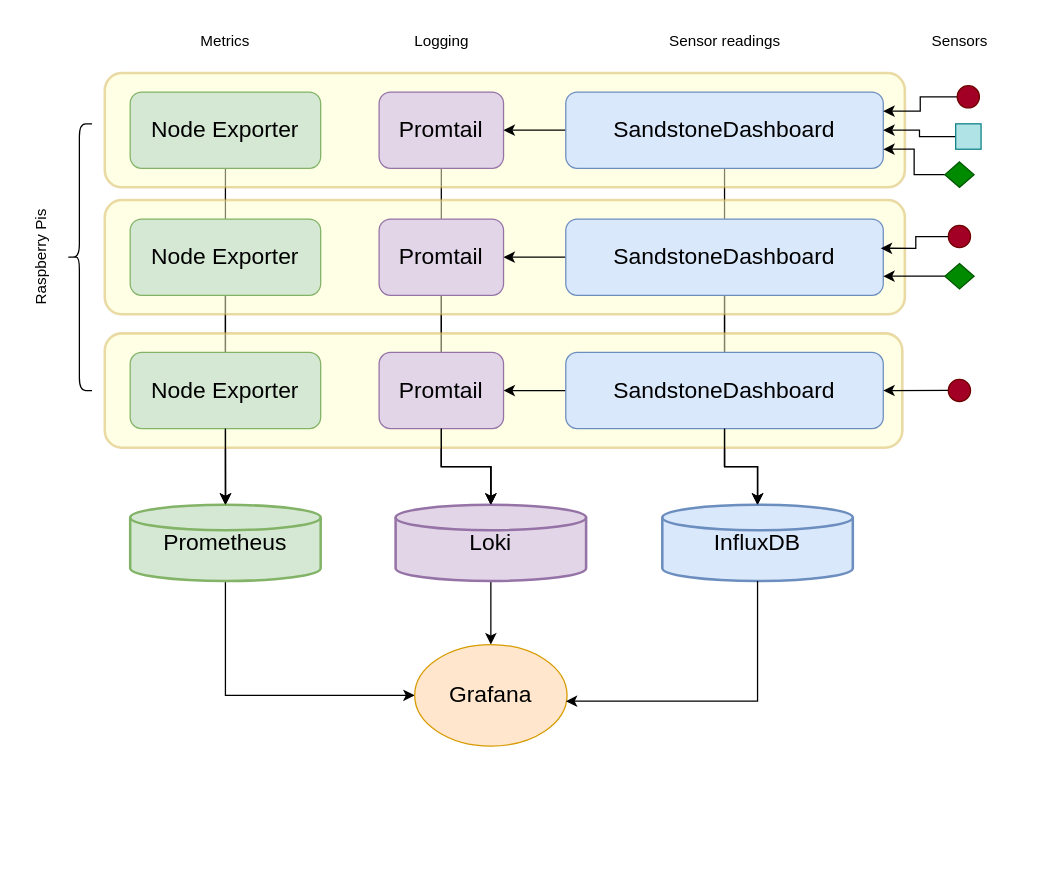
The draw.io diagram images_diagrams/monitoring_stack.drawio in vulture2600/SandstoneDashboard, before the edit. Source tidied: cells renumbered, new cells numbered last; positions are measured from the earlier drawing's top-left corner, leaving out a move shared by most shapes. Both pictures are drawn from the tidied source at 127%, with x=0, y=0 at pixel (-23, 22). Pictures stored in the file or linked from it are replaced by grey dashed boxes.
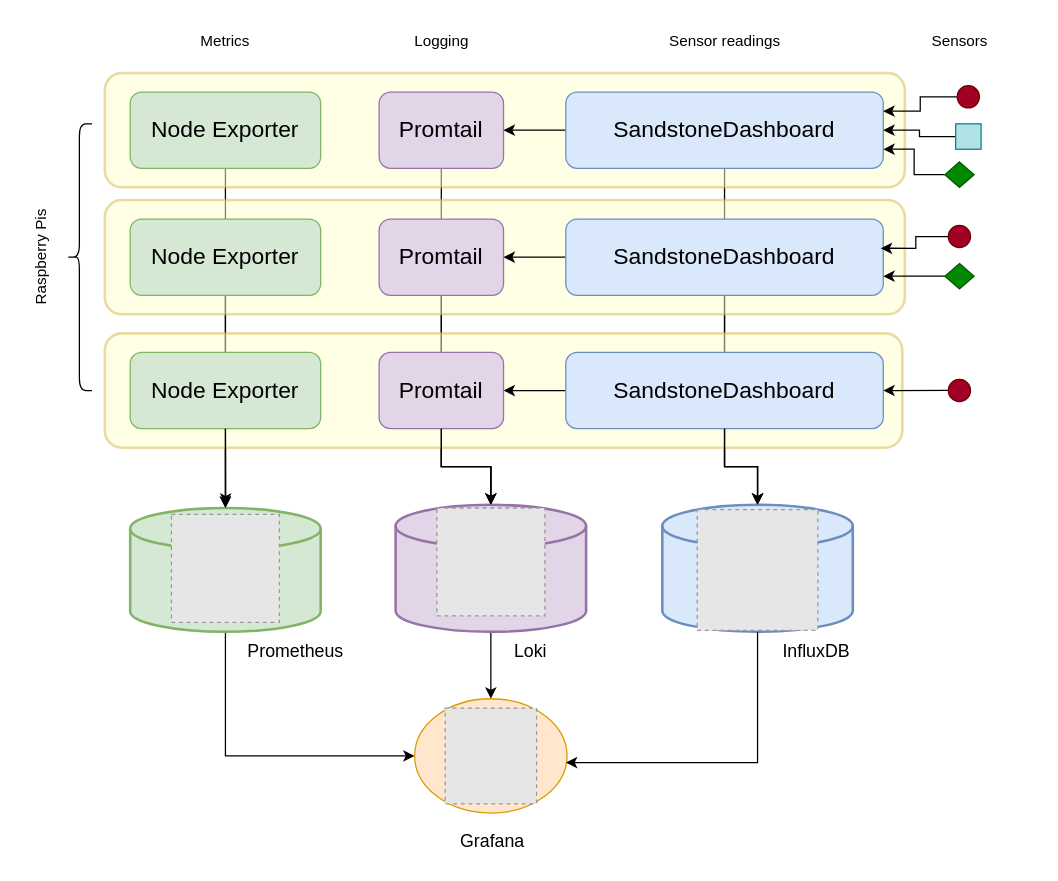
Above is the later version.

Commit message (it also covers changes not shown here):
Update monitoring stack diagram

Diff of the diagram source:
```diff
@@
-    <mxCell id="11" value="&lt;span style=&quot;font-size: 18px;&quot;&gt;Prometheus&lt;/span&gt;" style="strokeWidth=2;html=1;shape=mxgraph.flowchart.database;whiteSpace=wrap;fillColor=#d5e8d4;strokeColor=#82b366;" parent="1" vertex="1">
-      <mxGeometry x="120" y="380" width="150" height="60" as="geometry" />
+    <mxCell id="11" style="strokeWidth=2;html=1;shape=mxgraph.flowchart.database;whiteSpace=wrap;fillColor=#d5e8d4;strokeColor=#82b366;" parent="1" vertex="1">
+      <mxGeometry x="120" y="382.5" width="150" height="97.5" as="geometry" />
     </mxCell>
@@
-    <mxCell id="14" value="&lt;font size=&quot;4&quot;&gt;Loki&lt;/font&gt;" style="strokeWidth=2;html=1;shape=mxgraph.flowchart.database;whiteSpace=wrap;fillColor=#e1d5e7;strokeColor=#9673a6;" parent="1" vertex="1">
-      <mxGeometry x="329" y="380" width="150" height="60" as="geometry" />
+    <mxCell id="14" style="strokeWidth=2;html=1;shape=mxgraph.flowchart.database;whiteSpace=wrap;fillColor=#e1d5e7;strokeColor=#9673a6;" parent="1" vertex="1">
+      <mxGeometry x="329" y="380" width="150" height="100" as="geometry" />
     </mxCell>
-    <mxCell id="15" value="&lt;font style=&quot;font-size: 18px;&quot;&gt;Grafana&lt;/font&gt;" style="ellipse;whiteSpace=wrap;html=1;fillColor=#ffe6cc;strokeColor=#d79b00;" parent="1" vertex="1">
-      <mxGeometry x="344" y="490" width="120" height="80" as="geometry" />
+    <mxCell id="15" style="ellipse;whiteSpace=wrap;html=1;fillColor=#ffe6cc;strokeColor=#d79b00;" parent="1" vertex="1">
+      <mxGeometry x="344" y="532.7" width="120" height="90" as="geometry" />
     </mxCell>
-    <mxCell id="16" value="&lt;font style=&quot;font-size: 18px;&quot;&gt;InfluxDB&lt;/font&gt;" style="strokeWidth=2;html=1;shape=mxgraph.flowchart.database;whiteSpace=wrap;fillColor=#dae8fc;strokeColor=#6c8ebf;" parent="1" vertex="1">
-      <mxGeometry x="539" y="380" width="150" height="60" as="geometry" />
+    <mxCell id="16" style="strokeWidth=2;html=1;shape=mxgraph.flowchart.database;whiteSpace=wrap;fillColor=#dae8fc;strokeColor=#6c8ebf;" parent="1" vertex="1">
+      <mxGeometry x="539" y="380" width="150" height="100" as="geometry" />
     </mxCell>
@@
+    <mxCell id="51" style="fillColor=#E6E6E6;strokeColor=#999999;dashed=1;verticalLabelPosition=bottom;labelBackgroundColor=default;verticalAlign=top;" parent="1" vertex="1">
+      <mxGeometry x="368" y="540" width="72" height="75.4" as="geometry" />
+    </mxCell>
+    <mxCell id="52" style="fillColor=#E6E6E6;strokeColor=#999999;dashed=1;verticalLabelPosition=bottom;labelBackgroundColor=default;verticalAlign=top;" parent="1" vertex="1">
+      <mxGeometry x="566.5" y="383.8" width="95" height="95" as="geometry" />
+    </mxCell>
+    <mxCell id="53" style="fillColor=#E6E6E6;strokeColor=#999999;dashed=1;verticalLabelPosition=bottom;labelBackgroundColor=default;verticalAlign=top;" parent="1" vertex="1">
+      <mxGeometry x="152.5" y="387.5" width="85" height="85" as="geometry" />
+    </mxCell>
+    <mxCell id="54" style="edgeStyle=orthogonalEdgeStyle;rounded=0;orthogonalLoop=1;jettySize=auto;html=1;exitX=0.5;exitY=1;exitDx=0;exitDy=0;exitPerimeter=0;" parent="1" edge="1" source="16" target="16">
+      <mxGeometry relative="1" as="geometry" />
+    </mxCell>
+    <mxCell id="55" style="fillColor=#E6E6E6;strokeColor=#999999;dashed=1;verticalLabelPosition=bottom;labelBackgroundColor=default;verticalAlign=top;" parent="1" vertex="1">
+      <mxGeometry x="361.5" y="382.5" width="85" height="85" as="geometry" />
+    </mxCell>
+    <mxCell id="56" value="InfluxDB" style="text;html=1;align=center;verticalAlign=middle;strokeColor=none;fillColor=none;fontSize=14;" parent="1" vertex="1">
+      <mxGeometry x="620" y="480" width="80" height="30" as="geometry" />
+    </mxCell>
+    <mxCell id="57" value="Grafana" style="text;html=1;align=center;verticalAlign=middle;strokeColor=none;fillColor=none;fontSize=14;" parent="1" vertex="1">
+      <mxGeometry x="370" y="630" width="70" height="30" as="geometry" />
+    </mxCell>
+    <mxCell id="58" value="Loki" style="text;html=1;align=center;verticalAlign=middle;strokeColor=none;fillColor=none;fontSize=14;" parent="1" vertex="1">
+      <mxGeometry x="410" y="480" width="50" height="30" as="geometry" />
+    </mxCell>
+    <mxCell id="59" value="Prometheus" style="text;html=1;align=center;verticalAlign=middle;strokeColor=none;fillColor=none;fontSize=14;" parent="1" vertex="1">
+      <mxGeometry x="200" y="480" width="100" height="30" as="geometry" />
+    </mxCell>
```
